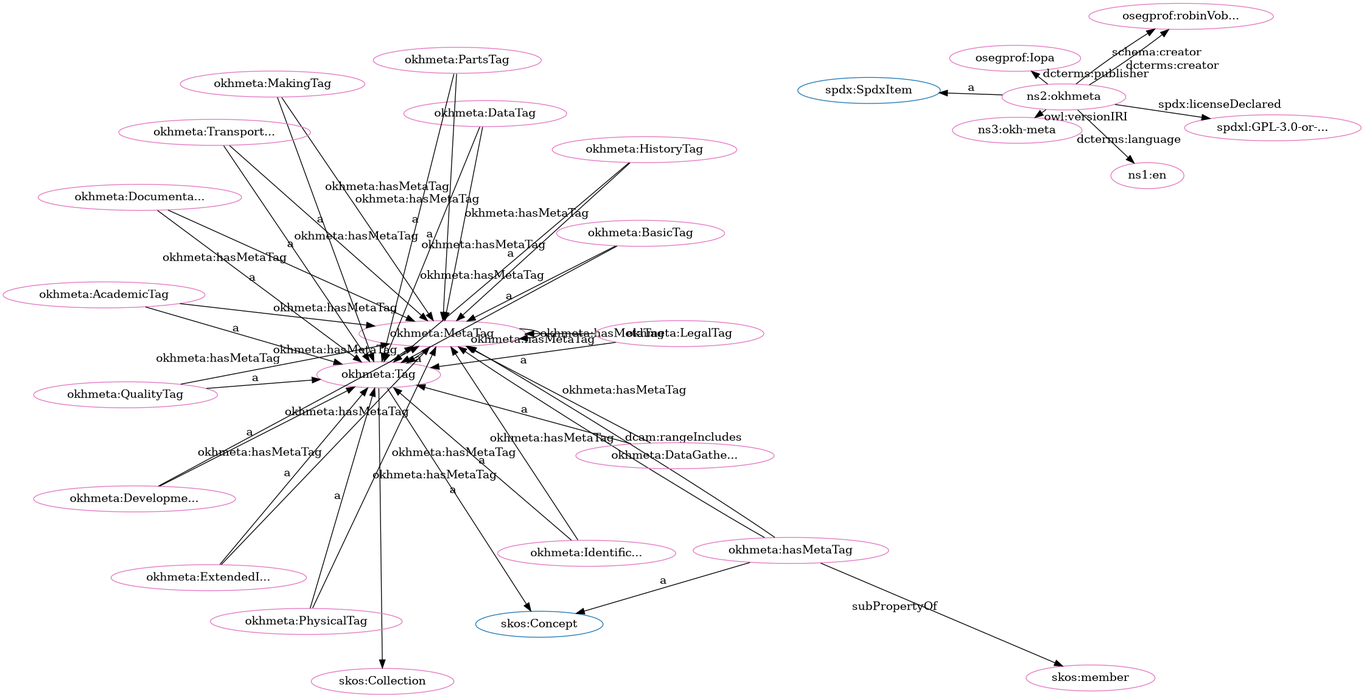
This is src/spec/dot_okh-meta-clean.png from iop-alliance/OpenKnowHow, a Graphviz export, as it was before one commit. Its source is kept beside it as src/spec/dot_okh-meta-clean.dot.
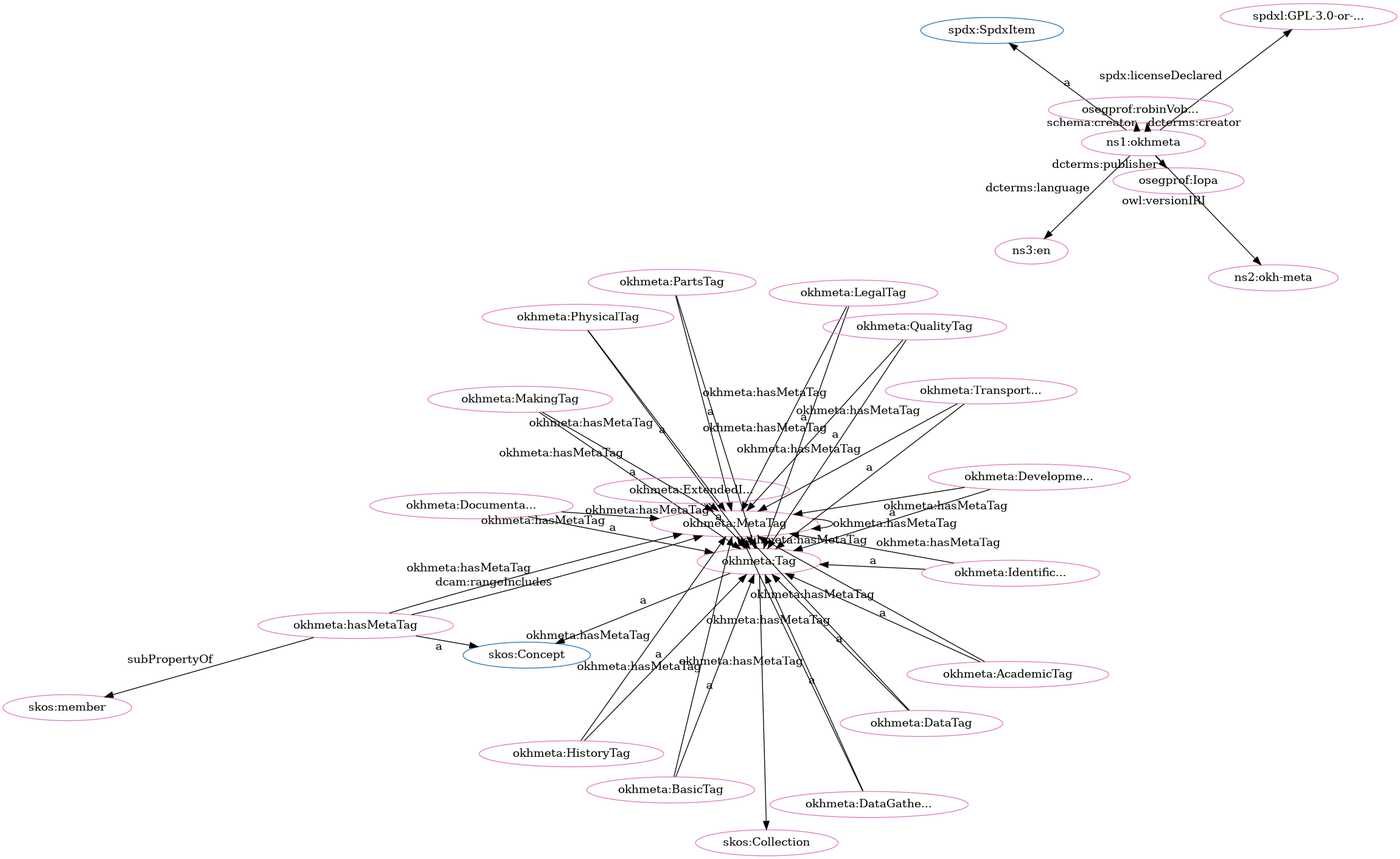
After the change.

The edit, as a diff of the source:
```diff
@@ -1,80 +1,80 @@
 digraph G {
   rankdir=BT
   node[height=.3]
-"http://spdx.org/rdf/terms#SpdxItem" [fillcolor="#1f77b4" color="#1f77b4" label="spdx:SpdxItem"]
+"http://w3id.org/oseg/ont/okhmeta#Tag" [fillcolor="#1f77b4" color="#1f77b4" label="okhmeta:Tag"]
 "http://www.w3.org/2004/02/skos/core#Collection" [fillcolor="#1f77b4" color="#1f77b4" label="skos:Collection"]
 "http://www.w3.org/2004/02/skos/core#Concept" [fillcolor="#1f77b4" color="#1f77b4" label="skos:Concept"]
-"http://w3id.org/oseg/ont/okhmeta#Tag" [fillcolor="#1f77b4" color="#1f77b4" label="okhmeta:Tag"]
+"http://spdx.org/rdf/terms#SpdxItem" [fillcolor="#1f77b4" color="#1f77b4" label="spdx:SpdxItem"]
 "http://w3id.org/oseg/ont/okhmeta#MetaTag" [fillcolor="#e377c2" color="#e377c2" label="okhmeta:MetaTag"]
-"http://id.loc.gov/vocabulary/iso639-1/en" [fillcolor="#e377c2" color="#e377c2" label="ns1:en"]
+"http://spdx.org/licenses/GPL-3.0-or-later" [fillcolor="#e377c2" color="#e377c2" label="spdxl:GPL-3.0-or-..."]
 "http://w3id.org/oseg/ont/okhmeta#hasMetaTag" [fillcolor="#e377c2" color="#e377c2" label="okhmeta:hasMetaTag"]
 "http://w3id.org/oseg/ont/okhmeta#MakingTag" [fillcolor="#e377c2" color="#e377c2" label="okhmeta:MakingTag"]
+"http://w3id.org/oseg/ont/okhmeta#HistoryTag" [fillcolor="#e377c2" color="#e377c2" label="okhmeta:HistoryTag"]
+"http://w3id.org/oseg/ont/okhmeta#DataGatheringTag" [fillcolor="#e377c2" color="#e377c2" label="okhmeta:DataGathe..."]
+"http://w3id.org/oseg/ont/okhmeta#BasicTag" [fillcolor="#e377c2" color="#e377c2" label="okhmeta:BasicTag"]
+"http://w3id.org/oseg/ont/okhmeta#DataTag" [fillcolor="#e377c2" color="#e377c2" label="okhmeta:DataTag"]
+"http://w3id.org/oseg/ont/oseg-profiles#Iopa" [fillcolor="#e377c2" color="#e377c2" label="osegprof:Iopa"]
+"http://w3id.org/oseg/ont/okhmeta#DocumentationTag" [fillcolor="#e377c2" color="#e377c2" label="okhmeta:Documenta..."]
+"http://w3id.org/oseg/ont/okhmeta" [fillcolor="#e377c2" color="#e377c2" label="ns1:okhmeta"]
+"http://w3id.org/oseg/ont/okhmeta#PhysicalTag" [fillcolor="#e377c2" color="#e377c2" label="okhmeta:PhysicalTag"]
+"http://w3id.org/oseg/ont/okhmeta#AcademicTag" [fillcolor="#e377c2" color="#e377c2" label="okhmeta:AcademicTag"]
+"http://w3id.org/oseg/ont/okhmeta#IdentificationTag" [fillcolor="#e377c2" color="#e377c2" label="okhmeta:Identific..."]
+"http://w3id.org/oseg/ont/1.1.0/okh-meta" [fillcolor="#e377c2" color="#e377c2" label="ns2:okh-meta"]
+"http://w3id.org/oseg/ont/oseg-profiles#robinVobruba" [fillcolor="#e377c2" color="#e377c2" label="osegprof:robinVob..."]
+"http://w3id.org/oseg/ont/okhmeta#PartsTag" [fillcolor="#e377c2" color="#e377c2" label="okhmeta:PartsTag"]
+"http://www.w3.org/2004/02/skos/core#Collection" [fillcolor="#e377c2" color="#e377c2" label="skos:Collection"]
+"http://w3id.org/oseg/ont/okhmeta#Tag" [fillcolor="#e377c2" color="#e377c2" label="okhmeta:Tag"]
+"http://w3id.org/oseg/ont/okhmeta#TransportationTag" [fillcolor="#e377c2" color="#e377c2" label="okhmeta:Transport..."]
+"http://id.loc.gov/vocabulary/iso639-1/en" [fillcolor="#e377c2" color="#e377c2" label="ns3:en"]
+"http://www.w3.org/2004/02/skos/core#member" [fillcolor="#e377c2" color="#e377c2" label="skos:member"]
+"http://w3id.org/oseg/ont/okhmeta#ExtendedInfoTag" [fillcolor="#e377c2" color="#e377c2" label="okhmeta:ExtendedI..."]
+"http://w3id.org/oseg/ont/okhmeta#LegalTag" [fillcolor="#e377c2" color="#e377c2" label="okhmeta:LegalTag"]
 "http://w3id.org/oseg/ont/okhmeta#DevelopmentTag" [fillcolor="#e377c2" color="#e377c2" label="okhmeta:Developme..."]
-"http://w3id.org/oseg/ont/okhmeta#Tag" [fillcolor="#e377c2" color="#e377c2" label="okhmeta:Tag"]
-"http://w3id.org/oseg/ont/okhmeta#LegalTag" [fillcolor="#e377c2" color="#e377c2" label="okhmeta:LegalTag"]
 "http://w3id.org/oseg/ont/okhmeta#QualityTag" [fillcolor="#e377c2" color="#e377c2" label="okhmeta:QualityTag"]
-"http://w3id.org/oseg/ont/okhmeta#ExtendedInfoTag" [fillcolor="#e377c2" color="#e377c2" label="okhmeta:ExtendedI..."]
-"http://w3id.org/oseg/ont/okhmeta#IdentificationTag" [fillcolor="#e377c2" color="#e377c2" label="okhmeta:Identific..."]
-"http://w3id.org/oseg/ont/okhmeta" [fillcolor="#e377c2" color="#e377c2" label="ns2:okhmeta"]
-"http://w3id.org/oseg/ont/oseg-profiles#Iopa" [fillcolor="#e377c2" color="#e377c2" label="osegprof:Iopa"]
-"http://w3id.org/oseg/ont/okhmeta#DataTag" [fillcolor="#e377c2" color="#e377c2" label="okhmeta:DataTag"]
-"http://spdx.org/licenses/GPL-3.0-or-later" [fillcolor="#e377c2" color="#e377c2" label="spdxl:GPL-3.0-or-..."]
-"http://w3id.org/oseg/ont/oseg-profiles#robinVobruba" [fillcolor="#e377c2" color="#e377c2" label="osegprof:robinVob..."]
-"http://www.w3.org/2004/02/skos/core#Collection" [fillcolor="#e377c2" color="#e377c2" label="skos:Collection"]
-"http://www.w3.org/2004/02/skos/core#member" [fillcolor="#e377c2" color="#e377c2" label="skos:member"]
-"http://w3id.org/oseg/ont/okhmeta#BasicTag" [fillcolor="#e377c2" color="#e377c2" label="okhmeta:BasicTag"]
-"http://w3id.org/oseg/ont/okhmeta#HistoryTag" [fillcolor="#e377c2" color="#e377c2" label="okhmeta:HistoryTag"]
-"http://w3id.org/oseg/ont/okhmeta#DocumentationTag" [fillcolor="#e377c2" color="#e377c2" label="okhmeta:Documenta..."]
-"http://w3id.org/oseg/ont/okhmeta#DataGatheringTag" [fillcolor="#e377c2" color="#e377c2" label="okhmeta:DataGathe..."]
-"http://w3id.org/oseg/ont/okhmeta#PartsTag" [fillcolor="#e377c2" color="#e377c2" label="okhmeta:PartsTag"]
-"http://w3id.org/oseg/ont/okhmeta#PhysicalTag" [fillcolor="#e377c2" color="#e377c2" label="okhmeta:PhysicalTag"]
-"http://w3id.org/oseg/ont/okhmeta#TransportationTag" [fillcolor="#e377c2" color="#e377c2" label="okhmeta:Transport..."]
-"http://w3id.org/oseg/ont/okhmeta#AcademicTag" [fillcolor="#e377c2" color="#e377c2" label="okhmeta:AcademicTag"]
-"http://w3id.org/oseg/ont/1.1.0/okh-meta" [fillcolor="#e377c2" color="#e377c2" label="ns3:okh-meta"]
-  "http://w3id.org/oseg/ont/okhmeta" -> "http://id.loc.gov/vocabulary/iso639-1/en" [label="dcterms:language"]
+  "http://w3id.org/oseg/ont/okhmeta#BasicTag" -> "http://w3id.org/oseg/ont/okhmeta#MetaTag" [label="okhmeta:hasMetaTag"]
+  "http://w3id.org/oseg/ont/okhmeta#MetaTag" -> "http://w3id.org/oseg/ont/okhmeta#MetaTag" [label="okhmeta:hasMetaTag"]
+  "http://w3id.org/oseg/ont/okhmeta#ExtendedInfoTag" -> "http://w3id.org/oseg/ont/okhmeta#MetaTag" [label="okhmeta:hasMetaTag"]
+  "http://w3id.org/oseg/ont/okhmeta#HistoryTag" -> "http://w3id.org/oseg/ont/okhmeta#Tag" [label="a"]
+  "http://w3id.org/oseg/ont/okhmeta#DataGatheringTag" -> "http://w3id.org/oseg/ont/okhmeta#Tag" [label="a"]
   "http://w3id.org/oseg/ont/okhmeta#AcademicTag" -> "http://w3id.org/oseg/ont/okhmeta#MetaTag" [label="okhmeta:hasMetaTag"]
-  "http://w3id.org/oseg/ont/okhmeta#BasicTag" -> "http://w3id.org/oseg/ont/okhmeta#MetaTag" [label="okhmeta:hasMetaTag"]
-  "http://w3id.org/oseg/ont/okhmeta#MakingTag" -> "http://w3id.org/oseg/ont/okhmeta#Tag" [label="a"]
-  "http://w3id.org/oseg/ont/okhmeta#DevelopmentTag" -> "http://w3id.org/oseg/ont/okhmeta#Tag" [label="a"]
+  "http://w3id.org/oseg/ont/okhmeta#DevelopmentTag" -> "http://w3id.org/oseg/ont/okhmeta#MetaTag" [label="okhmeta:hasMetaTag"]
+  "http://w3id.org/oseg/ont/okhmeta#BasicTag" -> "http://w3id.org/oseg/ont/okhmeta#Tag" [label="a"]
+  "http://w3id.org/oseg/ont/okhmeta" -> "http://w3id.org/oseg/ont/oseg-profiles#Iopa" [label="dcterms:publisher"]
+  "http://w3id.org/oseg/ont/okhmeta#MetaTag" -> "http://w3id.org/oseg/ont/okhmeta#Tag" [label="a"]
+  "http://w3id.org/oseg/ont/okhmeta#AcademicTag" -> "http://w3id.org/oseg/ont/okhmeta#Tag" [label="a"]
   "http://w3id.org/oseg/ont/okhmeta#MakingTag" -> "http://w3id.org/oseg/ont/okhmeta#MetaTag" [label="okhmeta:hasMetaTag"]
   "http://w3id.org/oseg/ont/okhmeta#hasMetaTag" -> "http://w3id.org/oseg/ont/okhmeta#MetaTag" [label="okhmeta:hasMetaTag"]
+  "http://w3id.org/oseg/ont/okhmeta" -> "http://w3id.org/oseg/ont/oseg-profiles#robinVobruba" [label="schema:creator"]
+  "http://w3id.org/oseg/ont/okhmeta#PartsTag" -> "http://w3id.org/oseg/ont/okhmeta#Tag" [label="a"]
+  "http://w3id.org/oseg/ont/okhmeta" -> "http://w3id.org/oseg/ont/oseg-profiles#robinVobruba" [label="dcterms:creator"]
+  "http://w3id.org/oseg/ont/okhmeta#Tag" -> "http://www.w3.org/2004/02/skos/core#Collection" [label=""]
+  "http://w3id.org/oseg/ont/okhmeta#hasMetaTag" -> "http://www.w3.org/2004/02/skos/core#member" [label="subPropertyOf"]
   "http://w3id.org/oseg/ont/okhmeta#Tag" -> "http://w3id.org/oseg/ont/okhmeta#MetaTag" [label="okhmeta:hasMetaTag"]
-  "http://w3id.org/oseg/ont/okhmeta#IdentificationTag" -> "http://w3id.org/oseg/ont/okhmeta#Tag" [label="a"]
   "http://w3id.org/oseg/ont/okhmeta#PhysicalTag" -> "http://w3id.org/oseg/ont/okhmeta#MetaTag" [label="okhmeta:hasMetaTag"]
-  "http://w3id.org/oseg/ont/okhmeta" -> "http://spdx.org/rdf/terms#SpdxItem" [label="a"]
-  "http://w3id.org/oseg/ont/okhmeta#PartsTag" -> "http://w3id.org/oseg/ont/okhmeta#MetaTag" [label="okhmeta:hasMetaTag"]
+  "http://w3id.org/oseg/ont/okhmeta#ExtendedInfoTag" -> "http://w3id.org/oseg/ont/okhmeta#Tag" [label="a"]
+  "http://w3id.org/oseg/ont/okhmeta#IdentificationTag" -> "http://w3id.org/oseg/ont/okhmeta#MetaTag" [label="okhmeta:hasMetaTag"]
+  "http://w3id.org/oseg/ont/okhmeta#DevelopmentTag" -> "http://w3id.org/oseg/ont/okhmeta#Tag" [label="a"]
   "http://w3id.org/oseg/ont/okhmeta#DataGatheringTag" -> "http://w3id.org/oseg/ont/okhmeta#MetaTag" [label="okhmeta:hasMetaTag"]
   "http://w3id.org/oseg/ont/okhmeta" -> "http://spdx.org/licenses/GPL-3.0-or-later" [label="spdx:licenseDeclared"]
-  "http://w3id.org/oseg/ont/okhmeta" -> "http://w3id.org/oseg/ont/oseg-profiles#robinVobruba" [label="schema:creator"]
-  "http://w3id.org/oseg/ont/okhmeta#BasicTag" -> "http://w3id.org/oseg/ont/okhmeta#Tag" [label="a"]
-  "http://w3id.org/oseg/ont/okhmeta#HistoryTag" -> "http://w3id.org/oseg/ont/okhmeta#Tag" [label="a"]
+  "http://w3id.org/oseg/ont/okhmeta#hasMetaTag" -> "http://www.w3.org/2004/02/skos/core#Concept" [label="a"]
+  "http://w3id.org/oseg/ont/okhmeta#MakingTag" -> "http://w3id.org/oseg/ont/okhmeta#Tag" [label="a"]
+  "http://w3id.org/oseg/ont/okhmeta#LegalTag" -> "http://w3id.org/oseg/ont/okhmeta#MetaTag" [label="okhmeta:hasMetaTag"]
+  "http://w3id.org/oseg/ont/okhmeta#DataTag" -> "http://w3id.org/oseg/ont/okhmeta#Tag" [label="a"]
   "http://w3id.org/oseg/ont/okhmeta#DocumentationTag" -> "http://w3id.org/oseg/ont/okhmeta#Tag" [label="a"]
-  "http://w3id.org/oseg/ont/okhmeta#DataGatheringTag" -> "http://w3id.org/oseg/ont/okhmeta#Tag" [label="a"]
-  "http://w3id.org/oseg/ont/okhmeta#hasMetaTag" -> "http://www.w3.org/2004/02/skos/core#Concept" [label="a"]
+  "http://w3id.org/oseg/ont/okhmeta#PartsTag" -> "http://w3id.org/oseg/ont/okhmeta#MetaTag" [label="okhmeta:hasMetaTag"]
+  "http://w3id.org/oseg/ont/okhmeta#PhysicalTag" -> "http://w3id.org/oseg/ont/okhmeta#Tag" [label="a"]
+  "http://w3id.org/oseg/ont/okhmeta" -> "http://spdx.org/rdf/terms#SpdxItem" [label="a"]
+  "http://w3id.org/oseg/ont/okhmeta#IdentificationTag" -> "http://w3id.org/oseg/ont/okhmeta#Tag" [label="a"]
+  "http://w3id.org/oseg/ont/okhmeta" -> "http://w3id.org/oseg/ont/1.1.0/okh-meta" [label="owl:versionIRI"]
+  "http://w3id.org/oseg/ont/okhmeta#TransportationTag" -> "http://w3id.org/oseg/ont/okhmeta#MetaTag" [label="okhmeta:hasMetaTag"]
   "http://w3id.org/oseg/ont/okhmeta#HistoryTag" -> "http://w3id.org/oseg/ont/okhmeta#MetaTag" [label="okhmeta:hasMetaTag"]
-  "http://w3id.org/oseg/ont/okhmeta#MetaTag" -> "http://w3id.org/oseg/ont/okhmeta#Tag" [label="a"]
-  "http://w3id.org/oseg/ont/okhmeta#PhysicalTag" -> "http://w3id.org/oseg/ont/okhmeta#Tag" [label="a"]
-  "http://w3id.org/oseg/ont/okhmeta#DevelopmentTag" -> "http://w3id.org/oseg/ont/okhmeta#MetaTag" [label="okhmeta:hasMetaTag"]
+  "http://w3id.org/oseg/ont/okhmeta#TransportationTag" -> "http://w3id.org/oseg/ont/okhmeta#Tag" [label="a"]
+  "http://w3id.org/oseg/ont/okhmeta#Tag" -> "http://www.w3.org/2004/02/skos/core#Concept" [label="a"]
   "http://w3id.org/oseg/ont/okhmeta#DocumentationTag" -> "http://w3id.org/oseg/ont/okhmeta#MetaTag" [label="okhmeta:hasMetaTag"]
-  "http://w3id.org/oseg/ont/okhmeta" -> "http://w3id.org/oseg/ont/1.1.0/okh-meta" [label="owl:versionIRI"]
+  "http://w3id.org/oseg/ont/okhmeta" -> "http://id.loc.gov/vocabulary/iso639-1/en" [label="dcterms:language"]
+  "http://w3id.org/oseg/ont/okhmeta#QualityTag" -> "http://w3id.org/oseg/ont/okhmeta#MetaTag" [label="okhmeta:hasMetaTag"]
+  "http://w3id.org/oseg/ont/okhmeta#LegalTag" -> "http://w3id.org/oseg/ont/okhmeta#Tag" [label="a"]
+  "http://w3id.org/oseg/ont/okhmeta#hasMetaTag" -> "http://w3id.org/oseg/ont/okhmeta#MetaTag" [label="dcam:rangeIncludes"]
   "http://w3id.org/oseg/ont/okhmeta#DataTag" -> "http://w3id.org/oseg/ont/okhmeta#MetaTag" [label="okhmeta:hasMetaTag"]
-  "http://w3id.org/oseg/ont/okhmeta#ExtendedInfoTag" -> "http://w3id.org/oseg/ont/okhmeta#MetaTag" [label="okhmeta:hasMetaTag"]
-  "http://w3id.org/oseg/ont/okhmeta#Tag" -> "http://www.w3.org/2004/02/skos/core#Concept" [label="a"]
-  "http://w3id.org/oseg/ont/okhmeta#LegalTag" -> "http://w3id.org/oseg/ont/okhmeta#Tag" [label="a"]
   "http://w3id.org/oseg/ont/okhmeta#QualityTag" -> "http://w3id.org/oseg/ont/okhmeta#Tag" [label="a"]
-  "http://w3id.org/oseg/ont/okhmeta#ExtendedInfoTag" -> "http://w3id.org/oseg/ont/okhmeta#Tag" [label="a"]
-  "http://w3id.org/oseg/ont/okhmeta" -> "http://w3id.org/oseg/ont/oseg-profiles#Iopa" [label="dcterms:publisher"]
-  "http://w3id.org/oseg/ont/okhmeta#DataTag" -> "http://w3id.org/oseg/ont/okhmeta#Tag" [label="a"]
-  "http://w3id.org/oseg/ont/okhmeta#QualityTag" -> "http://w3id.org/oseg/ont/okhmeta#MetaTag" [label="okhmeta:hasMetaTag"]
-  "http://w3id.org/oseg/ont/okhmeta#Tag" -> "http://www.w3.org/2004/02/skos/core#Collection" [label=""]
-  "http://w3id.org/oseg/ont/okhmeta#hasMetaTag" -> "http://www.w3.org/2004/02/skos/core#member" [label="subPropertyOf"]
-  "http://w3id.org/oseg/ont/okhmeta#LegalTag" -> "http://w3id.org/oseg/ont/okhmeta#MetaTag" [label="okhmeta:hasMetaTag"]
-  "http://w3id.org/oseg/ont/okhmeta#hasMetaTag" -> "http://w3id.org/oseg/ont/okhmeta#MetaTag" [label="dcam:rangeIncludes"]
-  "http://w3id.org/oseg/ont/okhmeta#PartsTag" -> "http://w3id.org/oseg/ont/okhmeta#Tag" [label="a"]
-  "http://w3id.org/oseg/ont/okhmeta" -> "http://w3id.org/oseg/ont/oseg-profiles#robinVobruba" [label="dcterms:creator"]
-  "http://w3id.org/oseg/ont/okhmeta#TransportationTag" -> "http://w3id.org/oseg/ont/okhmeta#Tag" [label="a"]
-  "http://w3id.org/oseg/ont/okhmeta#MetaTag" -> "http://w3id.org/oseg/ont/okhmeta#MetaTag" [label="okhmeta:hasMetaTag"]
-  "http://w3id.org/oseg/ont/okhmeta#AcademicTag" -> "http://w3id.org/oseg/ont/okhmeta#Tag" [label="a"]
-  "http://w3id.org/oseg/ont/okhmeta#TransportationTag" -> "http://w3id.org/oseg/ont/okhmeta#MetaTag" [label="okhmeta:hasMetaTag"]
-  "http://w3id.org/oseg/ont/okhmeta#IdentificationTag" -> "http://w3id.org/oseg/ont/okhmeta#MetaTag" [label="okhmeta:hasMetaTag"]
 }
```
